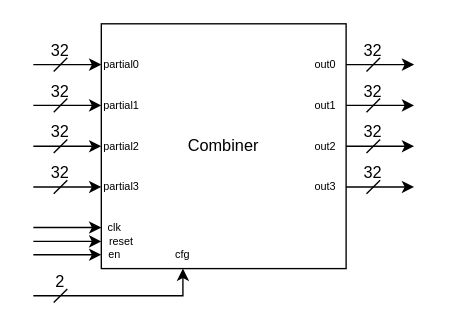
Before: page "combiner" (3 of 4) of diagrams/mac_design.drawio in ucb-cs250/mac_team, a draw.io diagram. Source tidied: cells renumbered, new cells numbered last; positions are measured from the earlier drawing's top-left corner, leaving out a move shared by most shapes. Both pictures are drawn from the tidied source at 136%, with x=0, y=0 at pixel (33, 23).
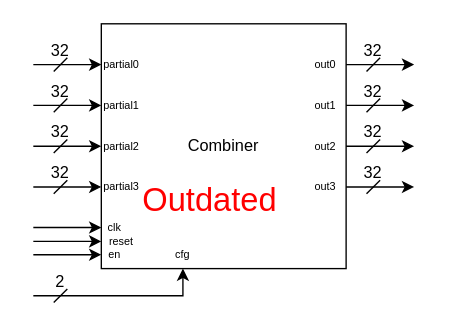
The same diagram, later.

Diff of the diagram source:
```diff
@@
+    <mxCell id="45" value="&lt;font color=&quot;#ff0000&quot; style=&quot;font-size: 24px&quot;&gt;Outdated&lt;/font&gt;" style="text;html=1;strokeColor=none;fillColor=none;align=center;verticalAlign=middle;whiteSpace=wrap;rounded=0;" parent="1" vertex="1">
+      <mxGeometry x="10" y="95" width="240" height="70" as="geometry" />
+    </mxCell>
```
